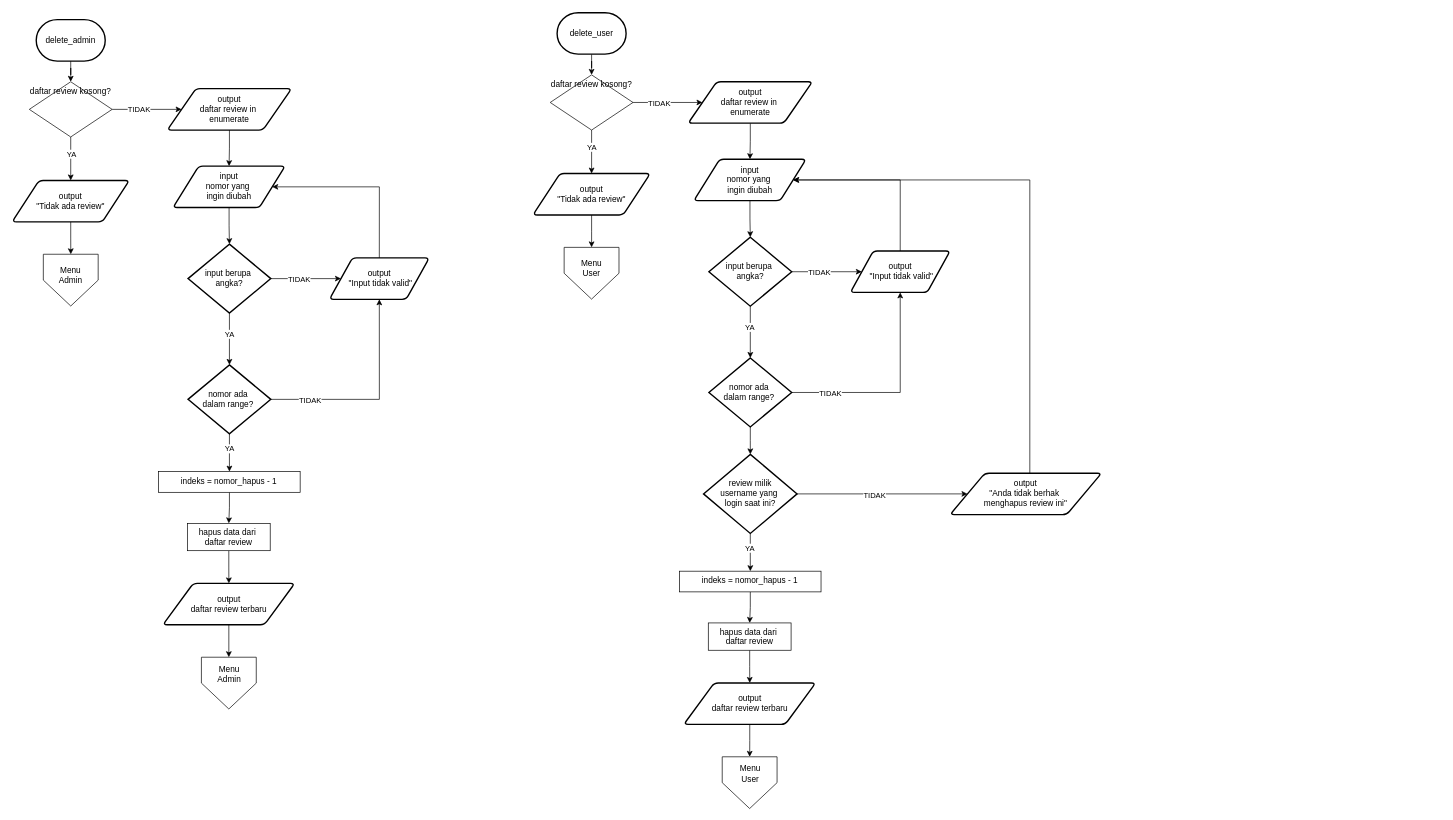
Above: page "delete" (8 of 8) of MovieReviewSystem.drawio in Niyah30/Movie-Review-System (draw.io), before the change. Source tidied: cells renumbered, new cells numbered last; positions are measured from the earlier drawing's top-left corner, leaving out a move shared by most shapes. Both pictures are drawn from the tidied source at 69%, with x=0, y=0 at pixel (12, 12).
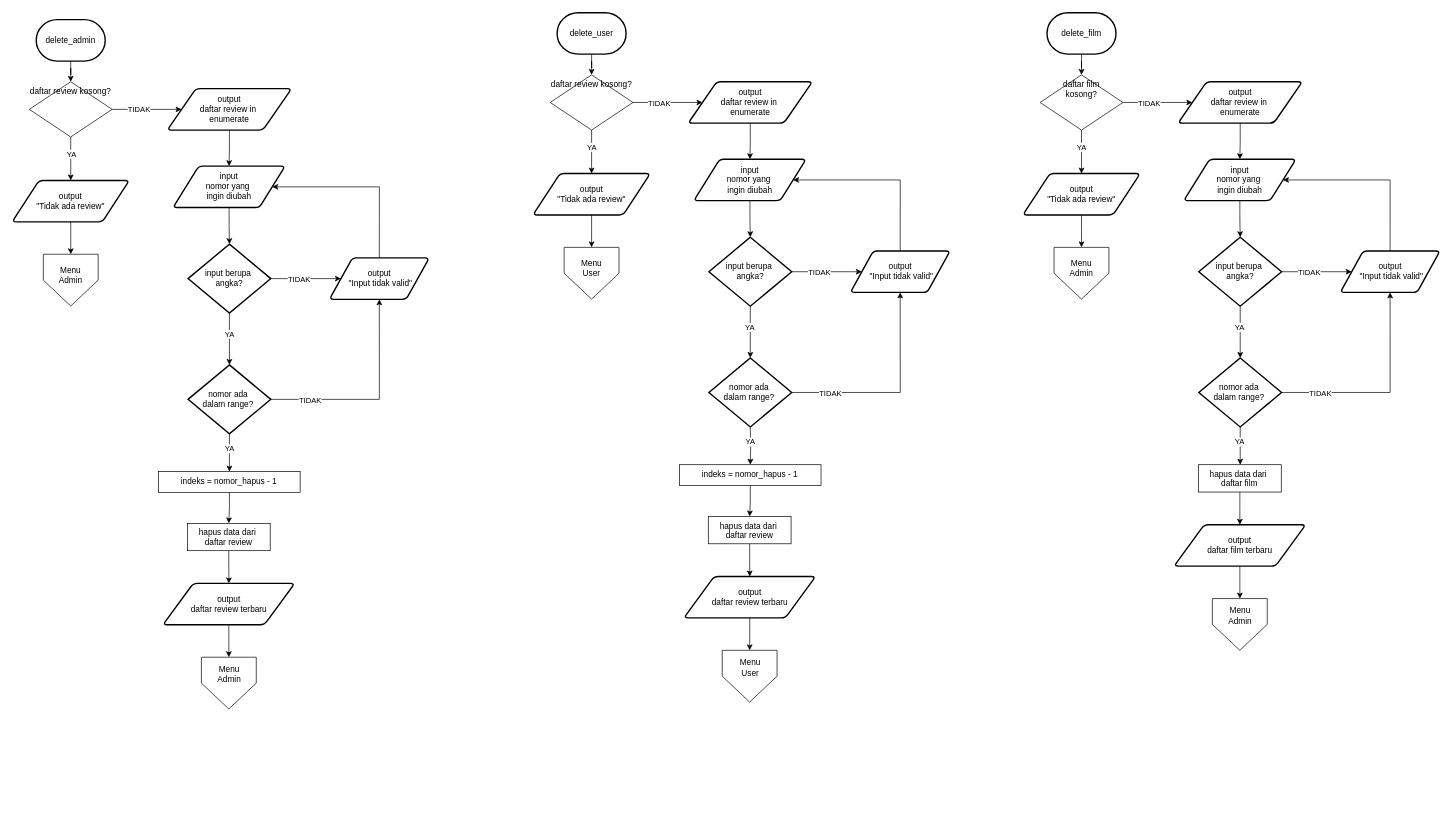
After the change.

The change refers to these unchanged cells:
```xml
<mxCell id="61" value="&lt;div&gt;input&lt;/div&gt;nomor yang&amp;nbsp;&lt;div&gt;&lt;span style=&quot;background-color: transparent; color: light-dark(#000000, var(--ge-light-color, #ffffff));&quot;&gt;ingin diubah&lt;/span&gt;&lt;/div&gt;" style="shape=parallelogram;html=1;strokeWidth=2;perimeter=parallelogramPerimeter;whiteSpace=wrap;rounded=1;arcSize=12;size=0.23;" parent="1" vertex="1">
  <mxGeometry x="988.1" y="212.3" width="162.5" height="60" as="geometry" />
</mxCell>
<mxCell id="67" value="nomor ada&amp;nbsp;&lt;div&gt;dalam range?&amp;nbsp;&lt;/div&gt;" style="strokeWidth=2;html=1;shape=mxgraph.flowchart.decision;whiteSpace=wrap;" parent="1" vertex="1">
  <mxGeometry x="1009.9" y="500.3" width="120" height="100" as="geometry" />
</mxCell>
```

What changed in the source:
```diff
@@
-    <mxCell id="44" style="edgeStyle=orthogonalEdgeStyle;rounded=0;jettySize=auto;html=1;defaultLabelBackgroundColor=page;exitX=0.5;exitY=1;exitDx=0;exitDy=0;exitPerimeter=0;" parent="1" edge="1" source="75" target="47">
-      <mxGeometry x="-0.01" relative="1" as="geometry" />
+    <mxCell id="44" style="edgeStyle=orthogonalEdgeStyle;rounded=0;jettySize=auto;html=1;defaultLabelBackgroundColor=page;exitX=0.5;exitY=1;exitDx=0;exitDy=0;exitPerimeter=0;" parent="1" edge="1" target="47">
+      <mxGeometry x="-0.01" relative="1" as="geometry">
+        <mxPoint x="1069.9" y="600.3" as="sourcePoint" />
+      </mxGeometry>
     </mxCell>
@@
     <mxCell id="47" value="indeks = nomor_hapus - 1" style="whiteSpace=wrap;html=1;verticalAlign=top;rounded=0;" parent="1" vertex="1">
-      <mxGeometry x="967.3" y="809.3" width="205.1" height="30" as="geometry" />
+      <mxGeometry x="967.3" y="655" width="205.1" height="30" as="geometry" />
     </mxCell>
@@
     <mxCell id="49" value="hapus data dari&amp;nbsp;&lt;div&gt;daftar review&lt;/div&gt;" style="whiteSpace=wrap;html=1;verticalAlign=top;rounded=0;" parent="1" vertex="1">
-      <mxGeometry x="1009" y="884.3" width="120" height="39.6" as="geometry" />
+      <mxGeometry x="1009" y="730" width="120" height="39.6" as="geometry" />
     </mxCell>
@@
     <mxCell id="51" value="&lt;div&gt;output&lt;/div&gt;daftar review&amp;nbsp;&lt;span style=&quot;background-color: transparent; color: light-dark(#000000, var(--ge-light-color, #ffffff));&quot;&gt;terbaru&lt;/span&gt;" style="shape=parallelogram;html=1;strokeWidth=2;perimeter=parallelogramPerimeter;whiteSpace=wrap;rounded=1;arcSize=12;size=0.23;" parent="1" vertex="1">
-      <mxGeometry x="973.6" y="971.3" width="190.9" height="60" as="geometry" />
+      <mxGeometry x="973.6" y="817" width="190.9" height="60" as="geometry" />
     </mxCell>
@@
     <mxCell id="54" style="verticalLabelPosition=bottom;verticalAlign=top;html=1;shape=offPageConnector;rounded=0;size=0.5;labelPerimeter=1;" parent="1" vertex="1">
-      <mxGeometry x="1029.2" y="1078.3" width="79.5" height="75" as="geometry" />
+      <mxGeometry x="1029.2" y="924" width="79.5" height="75" as="geometry" />
     </mxCell>
     <mxCell id="55" value="Menu&lt;div&gt;User&lt;/div&gt;" style="text;html=1;whiteSpace=wrap;strokeColor=none;fillColor=none;align=center;verticalAlign=middle;rounded=0;" parent="1" vertex="1">
-      <mxGeometry x="1039.8" y="1088.3" width="60" height="30" as="geometry" />
+      <mxGeometry x="1039.8" y="934" width="60" height="30" as="geometry" />
     </mxCell>
@@
-    <mxCell id="66" style="edgeStyle=orthogonalEdgeStyle;rounded=0;jettySize=auto;html=1;defaultLabelBackgroundColor=page;" parent="1" edge="1" source="67" target="75">
-      <mxGeometry relative="1" as="geometry" />
-    </mxCell>
@@
-    <mxCell id="73" style="edgeStyle=orthogonalEdgeStyle;rounded=0;jettySize=auto;html=1;defaultLabelBackgroundColor=page;" parent="1" edge="1" source="75" target="77">
-      <mxGeometry relative="1" as="geometry" />
-    </mxCell>
-    <mxCell id="74" value="TIDAK" style="edgeLabel;html=1;align=center;verticalAlign=middle;inheritText=1;defaultLabelBackgroundColor=page;" parent="73" vertex="1">
-      <mxGeometry x="-0.09" y="-2" relative="1" as="geometry" />
-    </mxCell>
-    <mxCell id="75" value="review milik&lt;div&gt;username&amp;nbsp;&lt;span style=&quot;background-color: transparent; color: light-dark(#000000, var(--ge-light-color, #ffffff));&quot;&gt;yang&amp;nbsp;&lt;/span&gt;&lt;/div&gt;&lt;div&gt;&lt;span style=&quot;background-color: transparent; color: light-dark(#000000, var(--ge-light-color, #ffffff));&quot;&gt;login saat ini?&lt;/span&gt;&lt;/div&gt;" style="strokeWidth=2;html=1;shape=mxgraph.flowchart.decision;whiteSpace=wrap;" parent="1" vertex="1">
-      <mxGeometry x="1002.1" y="640" width="135.6" height="114.6" as="geometry" />
-    </mxCell>
-    <mxCell id="76" style="edgeStyle=orthogonalEdgeStyle;rounded=0;jettySize=auto;html=1;entryX=1;entryY=0.5;entryDx=0;entryDy=0;defaultLabelBackgroundColor=page;" parent="1" edge="1" source="77" target="61">
-      <mxGeometry relative="1" as="geometry">
-        <Array as="points">
-          <mxPoint x="1475" y="242.3" />
-        </Array>
-      </mxGeometry>
-    </mxCell>
-    <mxCell id="77" value="output&lt;div&gt;&quot;Anda tidak berhak&amp;nbsp;&lt;/div&gt;&lt;div&gt;menghapus review ini&quot;&lt;/div&gt;" style="shape=parallelogram;html=1;strokeWidth=2;perimeter=parallelogramPerimeter;whiteSpace=wrap;rounded=1;arcSize=12;size=0.23;" parent="1" vertex="1">
-      <mxGeometry x="1359.4" y="667.3" width="219.5" height="60" as="geometry" />
-    </mxCell>
+    <mxCell id="78" style="edgeStyle=orthogonalEdgeStyle;rounded=0;jettySize=auto;html=1;defaultLabelBackgroundColor=page;entryX=0;entryY=0.5;entryDx=0;entryDy=0;" parent="1" edge="1" source="82" target="98">
+      <mxGeometry x="-0.23" relative="1" as="geometry" />
+    </mxCell>
+    <mxCell id="79" value="TIDAK" style="edgeLabel;html=1;align=center;verticalAlign=middle;inheritText=1;defaultLabelBackgroundColor=page;" parent="78" vertex="1">
+      <mxGeometry x="-0.55" relative="1" as="geometry">
+        <mxPoint x="15" as="offset" />
+      </mxGeometry>
+    </mxCell>
+    <mxCell id="80" style="edgeStyle=orthogonalEdgeStyle;rounded=0;jettySize=auto;html=1;defaultLabelBackgroundColor=page;" parent="1" edge="1" source="82" target="84">
+      <mxGeometry relative="1" as="geometry" />
+    </mxCell>
+    <mxCell id="81" value="YA" style="edgeLabel;html=1;align=center;verticalAlign=middle;inheritText=1;defaultLabelBackgroundColor=page;" parent="80" vertex="1">
+      <mxGeometry x="-0.25" relative="1" as="geometry" />
+    </mxCell>
+    <mxCell id="82" value="daftar film&lt;div&gt;kosong?&lt;/div&gt;" style="rhombus;whiteSpace=wrap;html=1;shapeInside=1;verticalAlign=top;rounded=0;" parent="1" vertex="1">
+      <mxGeometry x="1489.9" y="90" width="120" height="80" as="geometry" />
+    </mxCell>
+    <mxCell id="83" style="edgeStyle=orthogonalEdgeStyle;rounded=0;jettySize=auto;html=1;defaultLabelBackgroundColor=page;" parent="1" edge="1" source="84" target="91">
+      <mxGeometry relative="1" as="geometry" />
+    </mxCell>
+    <mxCell id="84" value="&lt;div&gt;output&lt;/div&gt;&quot;Tidak ada review&quot;" style="shape=parallelogram;html=1;strokeWidth=2;perimeter=parallelogramPerimeter;whiteSpace=wrap;rounded=1;arcSize=12;size=0.23;" parent="1" vertex="1">
+      <mxGeometry x="1465" y="233" width="169.8" height="60" as="geometry" />
+    </mxCell>
+    <mxCell id="85" style="edgeStyle=orthogonalEdgeStyle;rounded=0;orthogonalLoop=1;jettySize=auto;html=1;defaultLabelBackgroundColor=page;exitX=0.5;exitY=1;exitDx=0;exitDy=0;exitPerimeter=0;" parent="1" edge="1">
+      <mxGeometry x="-0.01" relative="1" as="geometry">
+        <mxPoint x="1779.9" y="600.3" as="sourcePoint" />
+        <mxPoint x="1779.9" y="655" as="targetPoint" />
+      </mxGeometry>
+    </mxCell>
+    <mxCell id="86" value="YA" style="edgeLabel;html=1;align=center;verticalAlign=middle;inheritText=1;defaultLabelBackgroundColor=page;" parent="85" vertex="1">
+      <mxGeometry x="-0.23" y="-1" relative="1" as="geometry" />
+    </mxCell>
+    <mxCell id="87" style="edgeStyle=orthogonalEdgeStyle;rounded=0;jettySize=auto;html=1;defaultLabelBackgroundColor=page;" parent="1" edge="1" source="88" target="90">
+      <mxGeometry relative="1" as="geometry" />
+    </mxCell>
+    <mxCell id="88" value="hapus data dari&amp;nbsp;&lt;div&gt;daftar film&lt;/div&gt;" style="whiteSpace=wrap;html=1;verticalAlign=top;rounded=0;" parent="1" vertex="1">
+      <mxGeometry x="1719.4" y="655" width="120" height="39.6" as="geometry" />
+    </mxCell>
+    <mxCell id="89" style="edgeStyle=orthogonalEdgeStyle;rounded=0;jettySize=auto;html=1;defaultLabelBackgroundColor=page;" parent="1" edge="1" source="90" target="93">
+      <mxGeometry relative="1" as="geometry" />
+    </mxCell>
+    <mxCell id="90" value="&lt;div&gt;output&lt;/div&gt;daftar film&amp;nbsp;&lt;span style=&quot;background-color: transparent; color: light-dark(#000000, var(--ge-light-color, #ffffff));&quot;&gt;terbaru&lt;/span&gt;" style="shape=parallelogram;html=1;strokeWidth=2;perimeter=parallelogramPerimeter;whiteSpace=wrap;rounded=1;arcSize=12;size=0.23;" parent="1" vertex="1">
+      <mxGeometry x="1683.9" y="742" width="190.9" height="60" as="geometry" />
+    </mxCell>
+    <mxCell id="91" style="verticalLabelPosition=bottom;verticalAlign=top;html=1;shape=offPageConnector;rounded=0;size=0.5;labelPerimeter=1;" parent="1" vertex="1">
+      <mxGeometry x="1510.1" y="340" width="79.5" height="75" as="geometry" />
+    </mxCell>
+    <mxCell id="92" value="Menu&lt;div&gt;Admin&lt;/div&gt;" style="text;html=1;whiteSpace=wrap;strokeColor=none;fillColor=none;align=center;verticalAlign=middle;rounded=0;" parent="1" vertex="1">
+      <mxGeometry x="1519.9" y="355" width="60" height="30" as="geometry" />
+    </mxCell>
+    <mxCell id="93" style="verticalLabelPosition=bottom;verticalAlign=top;html=1;shape=offPageConnector;rounded=0;size=0.5;labelPerimeter=1;" parent="1" vertex="1">
+      <mxGeometry x="1739.6" y="849" width="79.5" height="75" as="geometry" />
+    </mxCell>
+    <mxCell id="94" value="Menu&lt;div&gt;Admin&lt;/div&gt;" style="text;html=1;whiteSpace=wrap;strokeColor=none;fillColor=none;align=center;verticalAlign=middle;rounded=0;" parent="1" vertex="1">
+      <mxGeometry x="1750.1" y="859" width="60" height="30" as="geometry" />
+    </mxCell>
+    <mxCell id="95" style="edgeStyle=orthogonalEdgeStyle;rounded=0;jettySize=auto;html=1;defaultLabelBackgroundColor=page;" parent="1" edge="1" source="96" target="82">
+      <mxGeometry relative="1" as="geometry" />
+    </mxCell>
+    <mxCell id="96" value="delete_film" style="strokeWidth=2;html=1;shape=mxgraph.flowchart.terminator;whiteSpace=wrap;" parent="1" vertex="1">
+      <mxGeometry x="1499.9" width="100" height="60" as="geometry" />
+    </mxCell>
+    <mxCell id="97" style="edgeStyle=orthogonalEdgeStyle;rounded=0;jettySize=auto;html=1;exitX=0.5;exitY=1;exitDx=0;exitDy=0;defaultLabelBackgroundColor=page;" parent="1" edge="1" source="98" target="100">
+      <mxGeometry relative="1" as="geometry" />
+    </mxCell>
+    <mxCell id="98" value="&lt;div&gt;output&lt;/div&gt;&lt;div&gt;&lt;span style=&quot;background-color: transparent; color: light-dark(#000000, var(--ge-light-color, #ffffff));&quot;&gt;daftar&amp;nbsp;&lt;/span&gt;&lt;span style=&quot;background-color: transparent; color: light-dark(#000000, var(--ge-light-color, #ffffff));&quot;&gt;review&amp;nbsp;&lt;/span&gt;&lt;span style=&quot;background-color: transparent; color: light-dark(#000000, var(--ge-light-color, #ffffff));&quot;&gt;in&amp;nbsp;&lt;/span&gt;&lt;/div&gt;&lt;div&gt;&lt;span style=&quot;background-color: transparent; color: light-dark(#000000, var(--ge-light-color, #ffffff));&quot;&gt;enumerate&lt;/span&gt;&lt;/div&gt;" style="shape=parallelogram;html=1;strokeWidth=2;perimeter=parallelogramPerimeter;whiteSpace=wrap;rounded=1;arcSize=12;size=0.23;" parent="1" vertex="1">
+      <mxGeometry x="1689.9" y="100" width="180" height="60" as="geometry" />
+    </mxCell>
+    <mxCell id="99" style="edgeStyle=orthogonalEdgeStyle;rounded=0;jettySize=auto;html=1;defaultLabelBackgroundColor=page;" parent="1" edge="1" source="100" target="110">
+      <mxGeometry relative="1" as="geometry" />
+    </mxCell>
+    <mxCell id="100" value="&lt;div&gt;input&lt;/div&gt;nomor yang&amp;nbsp;&lt;div&gt;&lt;span style=&quot;background-color: transparent; color: light-dark(#000000, var(--ge-light-color, #ffffff));&quot;&gt;ingin diubah&lt;/span&gt;&lt;/div&gt;" style="shape=parallelogram;html=1;strokeWidth=2;perimeter=parallelogramPerimeter;whiteSpace=wrap;rounded=1;arcSize=12;size=0.23;" parent="1" vertex="1">
+      <mxGeometry x="1698.1" y="212.3" width="162.5" height="60" as="geometry" />
+    </mxCell>
+    <mxCell id="101" style="edgeStyle=orthogonalEdgeStyle;rounded=0;jettySize=auto;html=1;exitX=0.5;exitY=0;exitDx=0;exitDy=0;defaultLabelBackgroundColor=page;entryX=1;entryY=0.5;entryDx=0;entryDy=0;" parent="1" edge="1" source="102" target="100">
+      <mxGeometry relative="1" as="geometry">
+        <Array as="points">
+          <mxPoint x="1997.2" y="242.3" />
+        </Array>
+      </mxGeometry>
+    </mxCell>
+    <mxCell id="102" value="&lt;div&gt;output&lt;/div&gt;&amp;nbsp;&quot;Input tidak&lt;span style=&quot;background-color: transparent; color: light-dark(#000000, var(--ge-light-color, #ffffff));&quot;&gt;&amp;nbsp;valid&quot;&lt;/span&gt;" style="shape=parallelogram;html=1;strokeWidth=2;perimeter=parallelogramPerimeter;whiteSpace=wrap;rounded=1;arcSize=12;size=0.23;" parent="1" vertex="1">
+      <mxGeometry x="1924.9" y="345.3" width="144.5" height="60" as="geometry" />
+    </mxCell>
+    <mxCell id="103" style="edgeStyle=orthogonalEdgeStyle;rounded=0;jettySize=auto;html=1;exitX=1;exitY=0.5;exitDx=0;exitDy=0;exitPerimeter=0;entryX=0.5;entryY=1;entryDx=0;entryDy=0;defaultLabelBackgroundColor=page;" parent="1" edge="1" source="105" target="102">
+      <mxGeometry relative="1" as="geometry" />
+    </mxCell>
+    <mxCell id="104" value="TIDAK" style="edgeLabel;html=1;align=center;verticalAlign=middle;inheritText=1;defaultLabelBackgroundColor=page;" parent="103" vertex="1">
+      <mxGeometry x="-0.63" y="-1" relative="1" as="geometry" />
+    </mxCell>
+    <mxCell id="105" value="nomor ada&amp;nbsp;&lt;div&gt;dalam range?&amp;nbsp;&lt;/div&gt;" style="strokeWidth=2;html=1;shape=mxgraph.flowchart.decision;whiteSpace=wrap;" parent="1" vertex="1">
+      <mxGeometry x="1719.9" y="500.3" width="120" height="100" as="geometry" />
+    </mxCell>
+    <mxCell id="106" style="edgeStyle=orthogonalEdgeStyle;rounded=0;jettySize=auto;html=1;exitX=1;exitY=0.5;exitDx=0;exitDy=0;exitPerimeter=0;defaultLabelBackgroundColor=page;" parent="1" edge="1" source="110" target="102">
+      <mxGeometry relative="1" as="geometry" />
+    </mxCell>
+    <mxCell id="107" value="TIDAK" style="edgeLabel;html=1;align=center;verticalAlign=middle;inheritText=1;defaultLabelBackgroundColor=page;" parent="106" vertex="1">
+      <mxGeometry x="-0.21" y="-1" relative="1" as="geometry" />
+    </mxCell>
+    <mxCell id="108" style="edgeStyle=orthogonalEdgeStyle;rounded=0;jettySize=auto;html=1;exitX=0.5;exitY=1;exitDx=0;exitDy=0;exitPerimeter=0;defaultLabelBackgroundColor=page;" parent="1" edge="1" source="110" target="105">
+      <mxGeometry relative="1" as="geometry" />
+    </mxCell>
+    <mxCell id="109" value="YA" style="edgeLabel;html=1;align=center;verticalAlign=middle;inheritText=1;defaultLabelBackgroundColor=page;" parent="108" vertex="1">
+      <mxGeometry x="-0.21" y="-1" relative="1" as="geometry" />
+    </mxCell>
+    <mxCell id="110" value="input berupa&amp;nbsp;&lt;div&gt;angka?&lt;/div&gt;" style="strokeWidth=2;html=1;shape=mxgraph.flowchart.decision;whiteSpace=wrap;" parent="1" vertex="1">
+      <mxGeometry x="1719.9" y="325.3" width="120" height="100" as="geometry" />
+    </mxCell>
```
